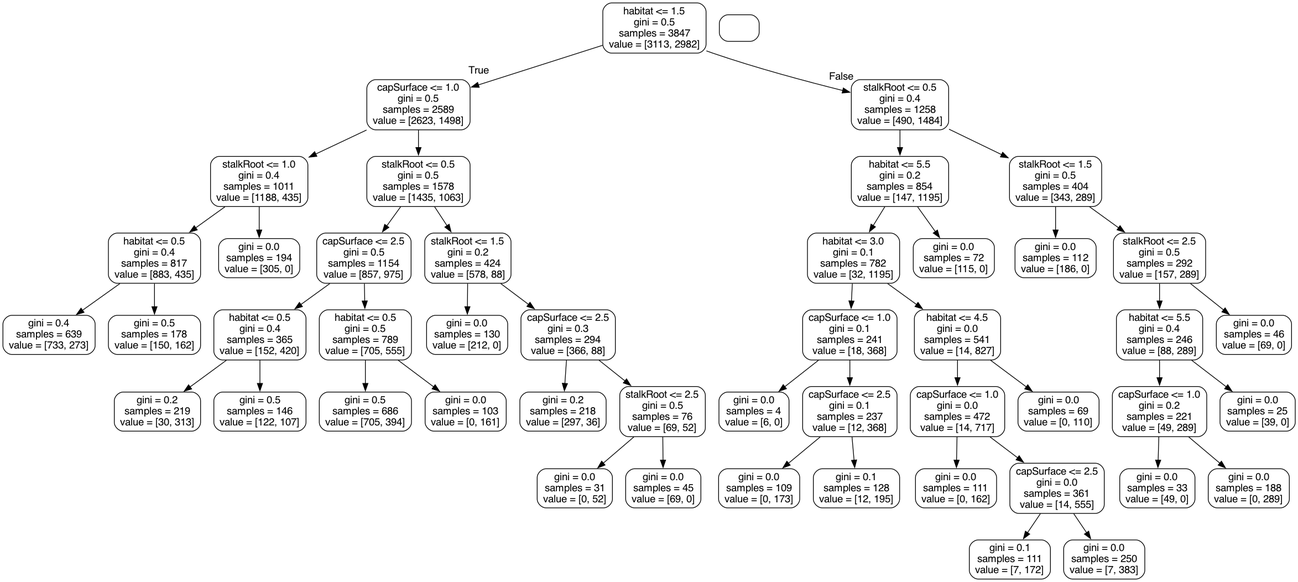
This is tree.png from williamhenderson02/ML-Coursework-2022, a Graphviz export, as it was before one commit. Its source is kept beside it as tree.dot. Its diagram source:
```dot
digraph Tree {
node [shape=box, style="rounded", color="black", fontname="helvetica"] ;
edge [fontname="helvetica"] ;
0 [label="habitat <= 1.5\ngini = 0.5\nsamples = 3847\nvalue = [3113, 2982]"] ;
1 [label="capSurface <= 1.0\ngini = 0.5\nsamples = 2589\nvalue = [2623, 1498]"] ;
0 -> 1 [labeldistance=2.5, labelangle=45, headlabel="True"] ;
2 [label="stalkRoot <= 1.0\ngini = 0.4\nsamples = 1011\nvalue = [1188, 435]"] ;
1 -> 2 ;
3 [label="habitat <= 0.5\ngini = 0.4\nsamples = 817\nvalue = [883, 435]"] ;
2 -> 3 ;
4 [label="gini = 0.4\nsamples = 639\nvalue = [733, 273]"] ;
3 -> 4 ;
5 [label="gini = 0.5\nsamples = 178\nvalue = [150, 162]"] ;
3 -> 5 ;
6 [label="gini = 0.0\nsamples = 194\nvalue = [305, 0]"] ;
2 -> 6 ;
7 [label="stalkRoot <= 0.5\ngini = 0.5\nsamples = 1578\nvalue = [1435, 1063]"] ;
1 -> 7 ;
8 [label="capSurface <= 2.5\ngini = 0.5\nsamples = 1154\nvalue = [857, 975]"] ;
7 -> 8 ;
9 [label="habitat <= 0.5\ngini = 0.4\nsamples = 365\nvalue = [152, 420]"] ;
8 -> 9 ;
10 [label="gini = 0.2\nsamples = 219\nvalue = [30, 313]"] ;
9 -> 10 ;
11 [label="gini = 0.5\nsamples = 146\nvalue = [122, 107]"] ;
9 -> 11 ;
12 [label="habitat <= 0.5\ngini = 0.5\nsamples = 789\nvalue = [705, 555]"] ;
8 -> 12 ;
13 [label="gini = 0.5\nsamples = 686\nvalue = [705, 394]"] ;
12 -> 13 ;
14 [label="gini = 0.0\nsamples = 103\nvalue = [0, 161]"] ;
12 -> 14 ;
15 [label="stalkRoot <= 1.5\ngini = 0.2\nsamples = 424\nvalue = [578, 88]"] ;
7 -> 15 ;
16 [label="gini = 0.0\nsamples = 130\nvalue = [212, 0]"] ;
15 -> 16 ;
17 [label="capSurface <= 2.5\ngini = 0.3\nsamples = 294\nvalue = [366, 88]"] ;
15 -> 17 ;
18 [label="gini = 0.2\nsamples = 218\nvalue = [297, 36]"] ;
17 -> 18 ;
19 [label="stalkRoot <= 2.5\ngini = 0.5\nsamples = 76\nvalue = [69, 52]"] ;
17 -> 19 ;
20 [label="gini = 0.0\nsamples = 31\nvalue = [0, 52]"] ;
19 -> 20 ;
21 [label="gini = 0.0\nsamples = 45\nvalue = [69, 0]"] ;
19 -> 21 ;
22 [label="stalkRoot <= 0.5\ngini = 0.4\nsamples = 1258\nvalue = [490, 1484]"] ;
0 -> 22 [labeldistance=2.5, labelangle=-45, headlabel="False"] ;
23 [label="habitat <= 5.5\ngini = 0.2\nsamples = 854\nvalue = [147, 1195]"] ;
22 -> 23 ;
24 [label="habitat <= 3.0\ngini = 0.1\nsamples = 782\nvalue = [32, 1195]"] ;
23 -> 24 ;
25 [label="capSurface <= 1.0\ngini = 0.1\nsamples = 241\nvalue = [18, 368]"] ;
24 -> 25 ;
26 [label="gini = 0.0\nsamples = 4\nvalue = [6, 0]"] ;
25 -> 26 ;
27 [label="capSurface <= 2.5\ngini = 0.1\nsamples = 237\nvalue = [12, 368]"] ;
25 -> 27 ;
28 [label="gini = 0.0\nsamples = 109\nvalue = [0, 173]"] ;
27 -> 28 ;
29 [label="gini = 0.1\nsamples = 128\nvalue = [12, 195]"] ;
27 -> 29 ;
30 [label="habitat <= 4.5\ngini = 0.0\nsamples = 541\nvalue = [14, 827]"] ;
24 -> 30 ;
31 [label="capSurface <= 1.0\ngini = 0.0\nsamples = 472\nvalue = [14, 717]"] ;
30 -> 31 ;
32 [label="gini = 0.0\nsamples = 111\nvalue = [0, 162]"] ;
31 -> 32 ;
33 [label="capSurface <= 2.5\ngini = 0.0\nsamples = 361\nvalue = [14, 555]"] ;
31 -> 33 ;
34 [label="gini = 0.1\nsamples = 111\nvalue = [7, 172]"] ;
33 -> 34 ;
35 [label="gini = 0.0\nsamples = 250\nvalue = [7, 383]"] ;
33 -> 35 ;
36 [label="gini = 0.0\nsamples = 69\nvalue = [0, 110]"] ;
30 -> 36 ;
37 [label="gini = 0.0\nsamples = 72\nvalue = [115, 0]"] ;
23 -> 37 ;
38 [label="stalkRoot <= 1.5\ngini = 0.5\nsamples = 404\nvalue = [343, 289]"] ;
22 -> 38 ;
39 [label="gini = 0.0\nsamples = 112\nvalue = [186, 0]"] ;
38 -> 39 ;
40 [label="stalkRoot <= 2.5\ngini = 0.5\nsamples = 292\nvalue = [157, 289]"] ;
38 -> 40 ;
41 [label="habitat <= 5.5\ngini = 0.4\nsamples = 246\nvalue = [88, 289]"] ;
40 -> 41 ;
42 [label="capSurface <= 1.0\ngini = 0.2\nsamples = 221\nvalue = [49, 289]"] ;
41 -> 42 ;
43 [label="gini = 0.0\nsamples = 33\nvalue = [49, 0]"] ;
42 -> 43 ;
44 [label="gini = 0.0\nsamples = 188\nvalue = [0, 289]"] ;
42 -> 44 ;
45 [label="gini = 0.0\nsamples = 25\nvalue = [39, 0]"] ;
41 -> 45 ;
46 [label="gini = 0.0\nsamples = 46\nvalue = [69, 0]"] ;
40 -> 46 ;
}
```
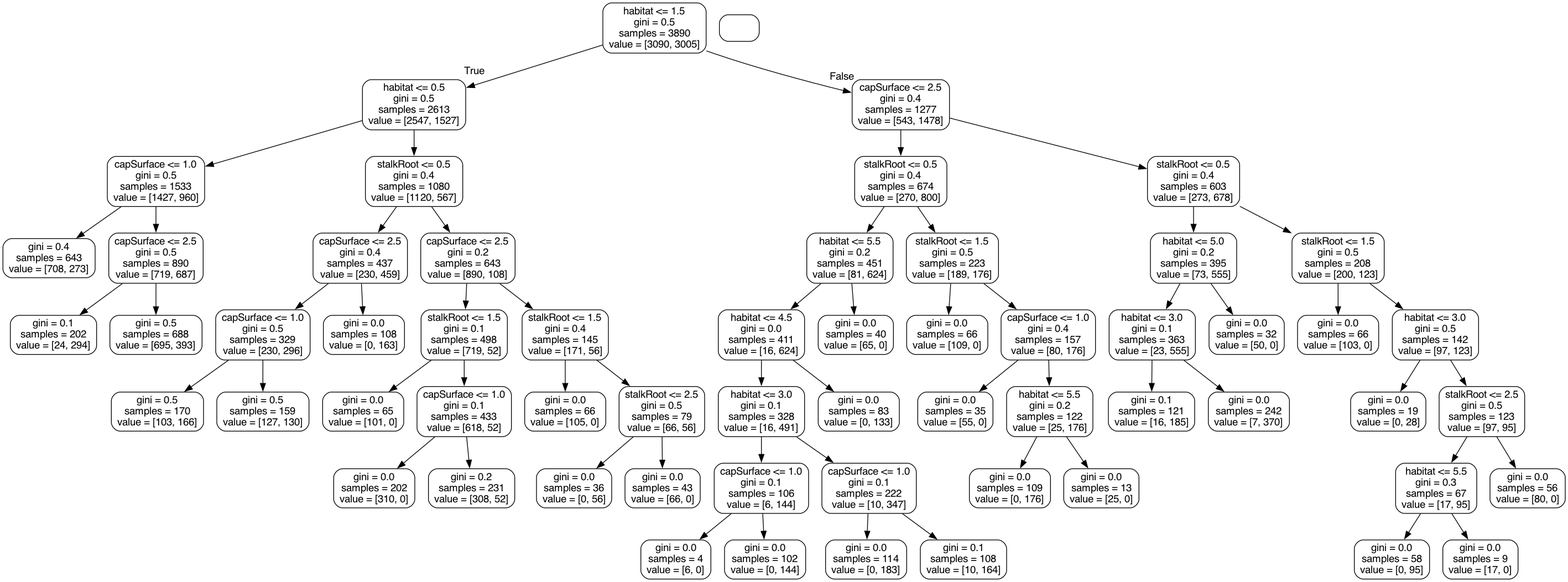
The same file after the commit.

What changed in the source:
```diff
@@ -1,97 +1,121 @@
 digraph Tree {
 node [shape=box, style="rounded", color="black", fontname="helvetica"] ;
 edge [fontname="helvetica"] ;
-0 [label="habitat <= 1.5\ngini = 0.5\nsamples = 3847\nvalue = [3113, 2982]"] ;
-1 [label="capSurface <= 1.0\ngini = 0.5\nsamples = 2589\nvalue = [2623, 1498]"] ;
+0 [label="habitat <= 1.5\ngini = 0.5\nsamples = 3890\nvalue = [3090, 3005]"] ;
+1 [label="habitat <= 0.5\ngini = 0.5\nsamples = 2613\nvalue = [2547, 1527]"] ;
 0 -> 1 [labeldistance=2.5, labelangle=45, headlabel="True"] ;
-2 [label="stalkRoot <= 1.0\ngini = 0.4\nsamples = 1011\nvalue = [1188, 435]"] ;
+2 [label="capSurface <= 1.0\ngini = 0.5\nsamples = 1533\nvalue = [1427, 960]"] ;
 1 -> 2 ;
-3 [label="habitat <= 0.5\ngini = 0.4\nsamples = 817\nvalue = [883, 435]"] ;
+3 [label="gini = 0.4\nsamples = 643\nvalue = [708, 273]"] ;
 2 -> 3 ;
-4 [label="gini = 0.4\nsamples = 639\nvalue = [733, 273]"] ;
-3 -> 4 ;
-5 [label="gini = 0.5\nsamples = 178\nvalue = [150, 162]"] ;
-3 -> 5 ;
-6 [label="gini = 0.0\nsamples = 194\nvalue = [305, 0]"] ;
-2 -> 6 ;
-7 [label="stalkRoot <= 0.5\ngini = 0.5\nsamples = 1578\nvalue = [1435, 1063]"] ;
+4 [label="capSurface <= 2.5\ngini = 0.5\nsamples = 890\nvalue = [719, 687]"] ;
+2 -> 4 ;
+5 [label="gini = 0.1\nsamples = 202\nvalue = [24, 294]"] ;
+4 -> 5 ;
+6 [label="gini = 0.5\nsamples = 688\nvalue = [695, 393]"] ;
+4 -> 6 ;
+7 [label="stalkRoot <= 0.5\ngini = 0.4\nsamples = 1080\nvalue = [1120, 567]"] ;
 1 -> 7 ;
-8 [label="capSurface <= 2.5\ngini = 0.5\nsamples = 1154\nvalue = [857, 975]"] ;
+8 [label="capSurface <= 2.5\ngini = 0.4\nsamples = 437\nvalue = [230, 459]"] ;
 7 -> 8 ;
-9 [label="habitat <= 0.5\ngini = 0.4\nsamples = 365\nvalue = [152, 420]"] ;
+9 [label="capSurface <= 1.0\ngini = 0.5\nsamples = 329\nvalue = [230, 296]"] ;
 8 -> 9 ;
-10 [label="gini = 0.2\nsamples = 219\nvalue = [30, 313]"] ;
+10 [label="gini = 0.5\nsamples = 170\nvalue = [103, 166]"] ;
 9 -> 10 ;
-11 [label="gini = 0.5\nsamples = 146\nvalue = [122, 107]"] ;
+11 [label="gini = 0.5\nsamples = 159\nvalue = [127, 130]"] ;
 9 -> 11 ;
-12 [label="habitat <= 0.5\ngini = 0.5\nsamples = 789\nvalue = [705, 555]"] ;
+12 [label="gini = 0.0\nsamples = 108\nvalue = [0, 163]"] ;
 8 -> 12 ;
-13 [label="gini = 0.5\nsamples = 686\nvalue = [705, 394]"] ;
-12 -> 13 ;
-14 [label="gini = 0.0\nsamples = 103\nvalue = [0, 161]"] ;
-12 -> 14 ;
-15 [label="stalkRoot <= 1.5\ngini = 0.2\nsamples = 424\nvalue = [578, 88]"] ;
-7 -> 15 ;
-16 [label="gini = 0.0\nsamples = 130\nvalue = [212, 0]"] ;
-15 -> 16 ;
-17 [label="capSurface <= 2.5\ngini = 0.3\nsamples = 294\nvalue = [366, 88]"] ;
-15 -> 17 ;
-18 [label="gini = 0.2\nsamples = 218\nvalue = [297, 36]"] ;
-17 -> 18 ;
-19 [label="stalkRoot <= 2.5\ngini = 0.5\nsamples = 76\nvalue = [69, 52]"] ;
-17 -> 19 ;
-20 [label="gini = 0.0\nsamples = 31\nvalue = [0, 52]"] ;
+13 [label="capSurface <= 2.5\ngini = 0.2\nsamples = 643\nvalue = [890, 108]"] ;
+7 -> 13 ;
+14 [label="stalkRoot <= 1.5\ngini = 0.1\nsamples = 498\nvalue = [719, 52]"] ;
+13 -> 14 ;
+15 [label="gini = 0.0\nsamples = 65\nvalue = [101, 0]"] ;
+14 -> 15 ;
+16 [label="capSurface <= 1.0\ngini = 0.1\nsamples = 433\nvalue = [618, 52]"] ;
+14 -> 16 ;
+17 [label="gini = 0.0\nsamples = 202\nvalue = [310, 0]"] ;
+16 -> 17 ;
+18 [label="gini = 0.2\nsamples = 231\nvalue = [308, 52]"] ;
+16 -> 18 ;
+19 [label="stalkRoot <= 1.5\ngini = 0.4\nsamples = 145\nvalue = [171, 56]"] ;
+13 -> 19 ;
+20 [label="gini = 0.0\nsamples = 66\nvalue = [105, 0]"] ;
 19 -> 20 ;
-21 [label="gini = 0.0\nsamples = 45\nvalue = [69, 0]"] ;
+21 [label="stalkRoot <= 2.5\ngini = 0.5\nsamples = 79\nvalue = [66, 56]"] ;
 19 -> 21 ;
-22 [label="stalkRoot <= 0.5\ngini = 0.4\nsamples = 1258\nvalue = [490, 1484]"] ;
-0 -> 22 [labeldistance=2.5, labelangle=-45, headlabel="False"] ;
-23 [label="habitat <= 5.5\ngini = 0.2\nsamples = 854\nvalue = [147, 1195]"] ;
-22 -> 23 ;
-24 [label="habitat <= 3.0\ngini = 0.1\nsamples = 782\nvalue = [32, 1195]"] ;
-23 -> 24 ;
-25 [label="capSurface <= 1.0\ngini = 0.1\nsamples = 241\nvalue = [18, 368]"] ;
+22 [label="gini = 0.0\nsamples = 36\nvalue = [0, 56]"] ;
+21 -> 22 ;
+23 [label="gini = 0.0\nsamples = 43\nvalue = [66, 0]"] ;
+21 -> 23 ;
+24 [label="capSurface <= 2.5\ngini = 0.4\nsamples = 1277\nvalue = [543, 1478]"] ;
+0 -> 24 [labeldistance=2.5, labelangle=-45, headlabel="False"] ;
+25 [label="stalkRoot <= 0.5\ngini = 0.4\nsamples = 674\nvalue = [270, 800]"] ;
 24 -> 25 ;
-26 [label="gini = 0.0\nsamples = 4\nvalue = [6, 0]"] ;
+26 [label="habitat <= 5.5\ngini = 0.2\nsamples = 451\nvalue = [81, 624]"] ;
 25 -> 26 ;
-27 [label="capSurface <= 2.5\ngini = 0.1\nsamples = 237\nvalue = [12, 368]"] ;
-25 -> 27 ;
-28 [label="gini = 0.0\nsamples = 109\nvalue = [0, 173]"] ;
+27 [label="habitat <= 4.5\ngini = 0.0\nsamples = 411\nvalue = [16, 624]"] ;
+26 -> 27 ;
+28 [label="habitat <= 3.0\ngini = 0.1\nsamples = 328\nvalue = [16, 491]"] ;
 27 -> 28 ;
-29 [label="gini = 0.1\nsamples = 128\nvalue = [12, 195]"] ;
-27 -> 29 ;
-30 [label="habitat <= 4.5\ngini = 0.0\nsamples = 541\nvalue = [14, 827]"] ;
-24 -> 30 ;
-31 [label="capSurface <= 1.0\ngini = 0.0\nsamples = 472\nvalue = [14, 717]"] ;
-30 -> 31 ;
-32 [label="gini = 0.0\nsamples = 111\nvalue = [0, 162]"] ;
-31 -> 32 ;
-33 [label="capSurface <= 2.5\ngini = 0.0\nsamples = 361\nvalue = [14, 555]"] ;
-31 -> 33 ;
-34 [label="gini = 0.1\nsamples = 111\nvalue = [7, 172]"] ;
-33 -> 34 ;
-35 [label="gini = 0.0\nsamples = 250\nvalue = [7, 383]"] ;
-33 -> 35 ;
-36 [label="gini = 0.0\nsamples = 69\nvalue = [0, 110]"] ;
-30 -> 36 ;
-37 [label="gini = 0.0\nsamples = 72\nvalue = [115, 0]"] ;
-23 -> 37 ;
-38 [label="stalkRoot <= 1.5\ngini = 0.5\nsamples = 404\nvalue = [343, 289]"] ;
-22 -> 38 ;
-39 [label="gini = 0.0\nsamples = 112\nvalue = [186, 0]"] ;
-38 -> 39 ;
-40 [label="stalkRoot <= 2.5\ngini = 0.5\nsamples = 292\nvalue = [157, 289]"] ;
-38 -> 40 ;
-41 [label="habitat <= 5.5\ngini = 0.4\nsamples = 246\nvalue = [88, 289]"] ;
-40 -> 41 ;
-42 [label="capSurface <= 1.0\ngini = 0.2\nsamples = 221\nvalue = [49, 289]"] ;
+29 [label="capSurface <= 1.0\ngini = 0.1\nsamples = 106\nvalue = [6, 144]"] ;
+28 -> 29 ;
+30 [label="gini = 0.0\nsamples = 4\nvalue = [6, 0]"] ;
+29 -> 30 ;
+31 [label="gini = 0.0\nsamples = 102\nvalue = [0, 144]"] ;
+29 -> 31 ;
+32 [label="capSurface <= 1.0\ngini = 0.1\nsamples = 222\nvalue = [10, 347]"] ;
+28 -> 32 ;
+33 [label="gini = 0.0\nsamples = 114\nvalue = [0, 183]"] ;
+32 -> 33 ;
+34 [label="gini = 0.1\nsamples = 108\nvalue = [10, 164]"] ;
+32 -> 34 ;
+35 [label="gini = 0.0\nsamples = 83\nvalue = [0, 133]"] ;
+27 -> 35 ;
+36 [label="gini = 0.0\nsamples = 40\nvalue = [65, 0]"] ;
+26 -> 36 ;
+37 [label="stalkRoot <= 1.5\ngini = 0.5\nsamples = 223\nvalue = [189, 176]"] ;
+25 -> 37 ;
+38 [label="gini = 0.0\nsamples = 66\nvalue = [109, 0]"] ;
+37 -> 38 ;
+39 [label="capSurface <= 1.0\ngini = 0.4\nsamples = 157\nvalue = [80, 176]"] ;
+37 -> 39 ;
+40 [label="gini = 0.0\nsamples = 35\nvalue = [55, 0]"] ;
+39 -> 40 ;
+41 [label="habitat <= 5.5\ngini = 0.2\nsamples = 122\nvalue = [25, 176]"] ;
+39 -> 41 ;
+42 [label="gini = 0.0\nsamples = 109\nvalue = [0, 176]"] ;
 41 -> 42 ;
-43 [label="gini = 0.0\nsamples = 33\nvalue = [49, 0]"] ;
-42 -> 43 ;
-44 [label="gini = 0.0\nsamples = 188\nvalue = [0, 289]"] ;
-42 -> 44 ;
-45 [label="gini = 0.0\nsamples = 25\nvalue = [39, 0]"] ;
-41 -> 45 ;
-46 [label="gini = 0.0\nsamples = 46\nvalue = [69, 0]"] ;
-40 -> 46 ;
+43 [label="gini = 0.0\nsamples = 13\nvalue = [25, 0]"] ;
+41 -> 43 ;
+44 [label="stalkRoot <= 0.5\ngini = 0.4\nsamples = 603\nvalue = [273, 678]"] ;
+24 -> 44 ;
+45 [label="habitat <= 5.0\ngini = 0.2\nsamples = 395\nvalue = [73, 555]"] ;
+44 -> 45 ;
+46 [label="habitat <= 3.0\ngini = 0.1\nsamples = 363\nvalue = [23, 555]"] ;
+45 -> 46 ;
+47 [label="gini = 0.1\nsamples = 121\nvalue = [16, 185]"] ;
+46 -> 47 ;
+48 [label="gini = 0.0\nsamples = 242\nvalue = [7, 370]"] ;
+46 -> 48 ;
+49 [label="gini = 0.0\nsamples = 32\nvalue = [50, 0]"] ;
+45 -> 49 ;
+50 [label="stalkRoot <= 1.5\ngini = 0.5\nsamples = 208\nvalue = [200, 123]"] ;
+44 -> 50 ;
+51 [label="gini = 0.0\nsamples = 66\nvalue = [103, 0]"] ;
+50 -> 51 ;
+52 [label="habitat <= 3.0\ngini = 0.5\nsamples = 142\nvalue = [97, 123]"] ;
+50 -> 52 ;
+53 [label="gini = 0.0\nsamples = 19\nvalue = [0, 28]"] ;
+52 -> 53 ;
+54 [label="stalkRoot <= 2.5\ngini = 0.5\nsamples = 123\nvalue = [97, 95]"] ;
+52 -> 54 ;
+55 [label="habitat <= 5.5\ngini = 0.3\nsamples = 67\nvalue = [17, 95]"] ;
+54 -> 55 ;
+56 [label="gini = 0.0\nsamples = 58\nvalue = [0, 95]"] ;
+55 -> 56 ;
+57 [label="gini = 0.0\nsamples = 9\nvalue = [17, 0]"] ;
+55 -> 57 ;
+58 [label="gini = 0.0\nsamples = 56\nvalue = [80, 0]"] ;
+54 -> 58 ;
 }
```
